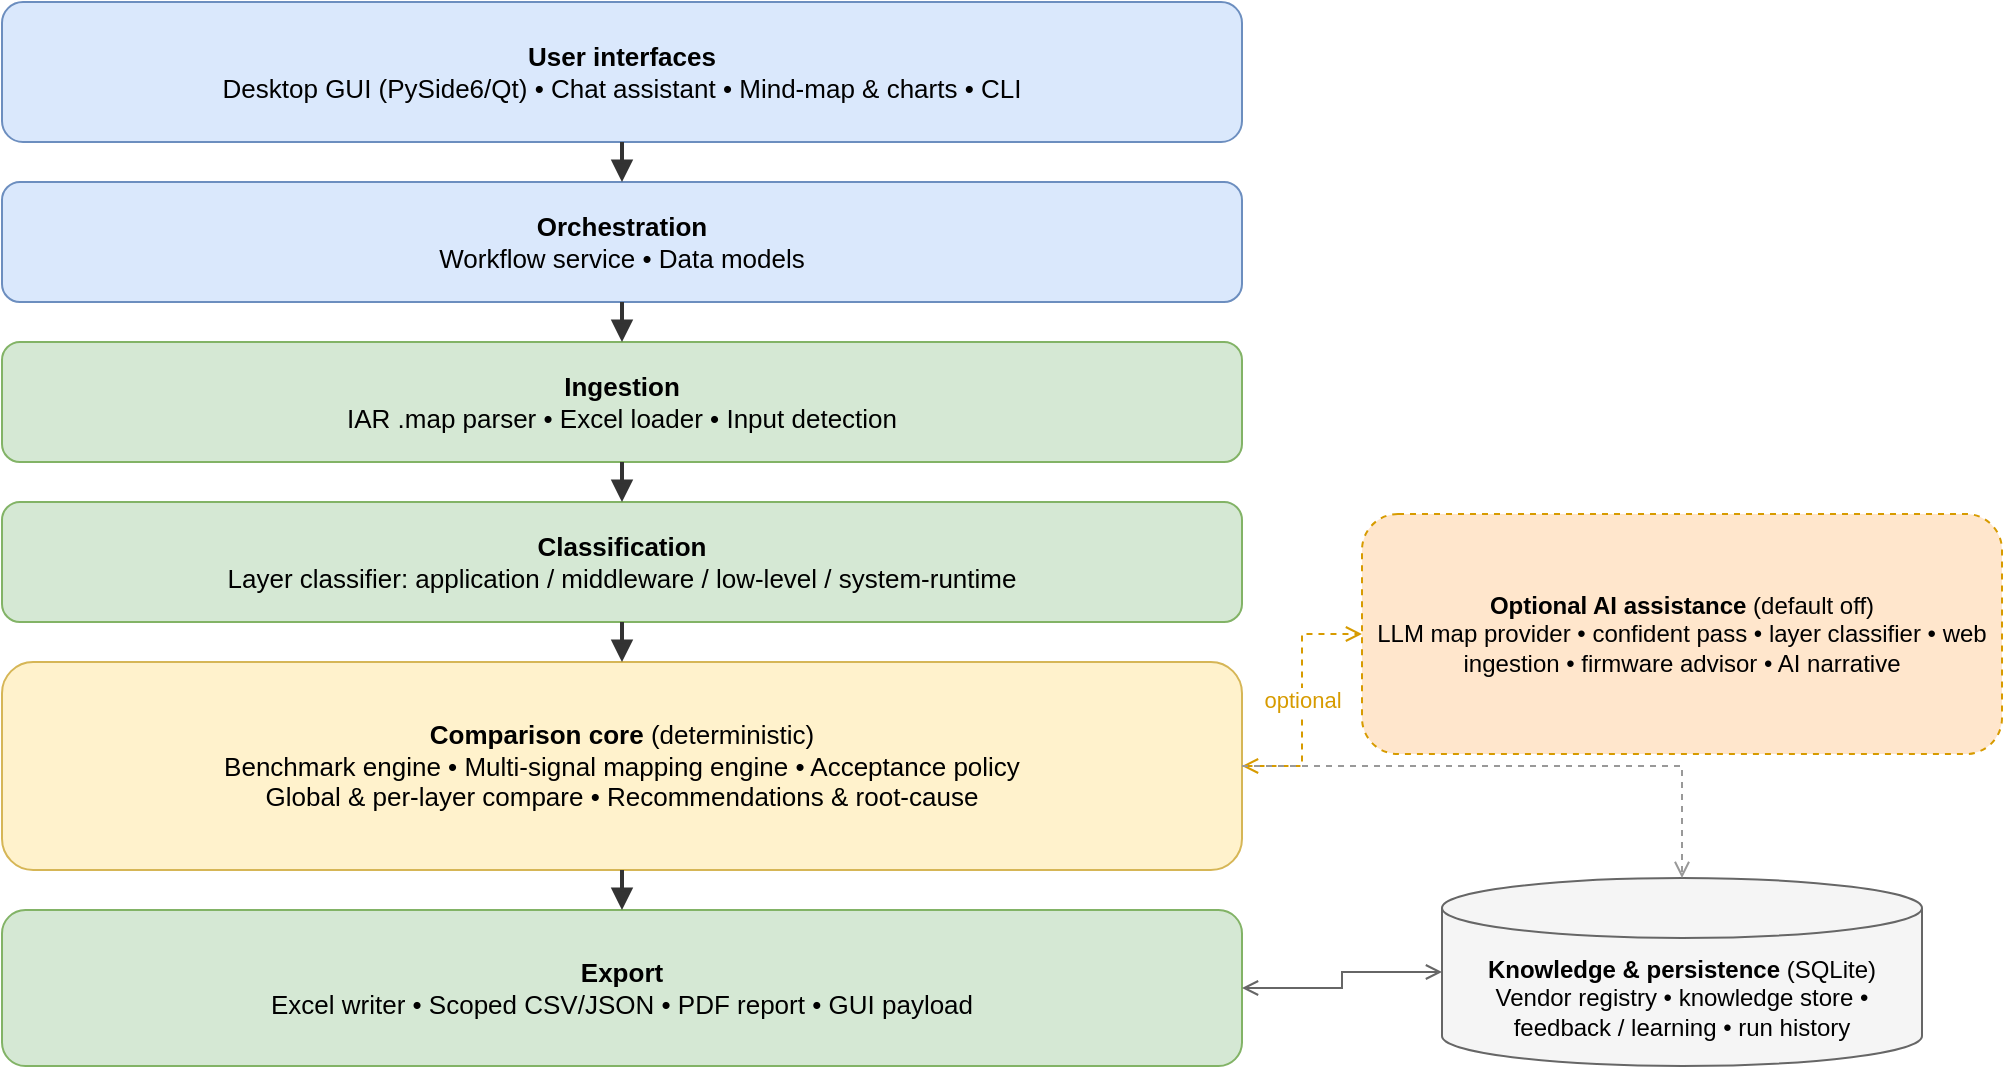
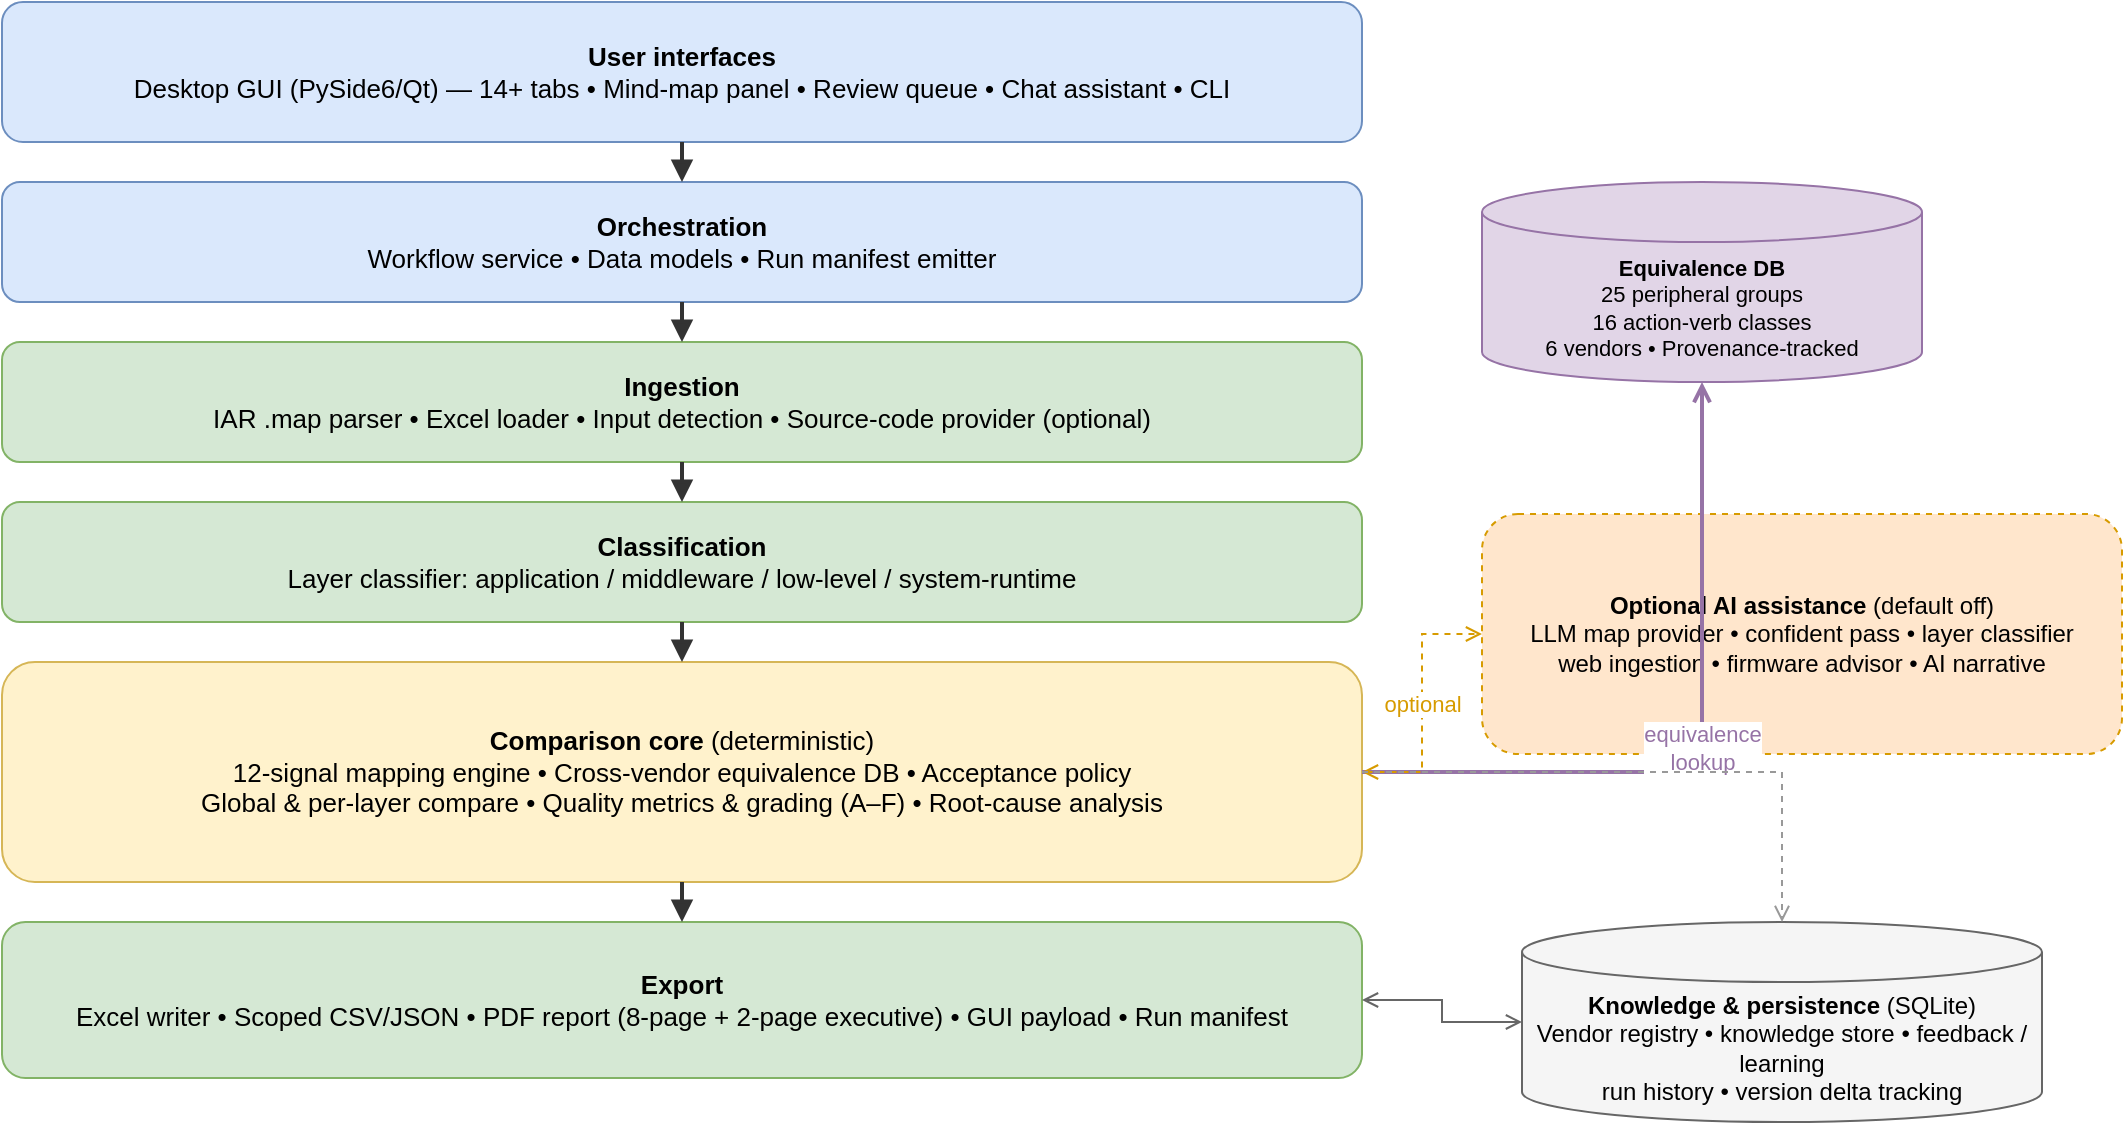
<mxfile host="app.diagrams.net" type="device">
  <diagram id="tool-arch" name="Architecture">
-     <mxGraphModel dx="1200" dy="800" grid="0" gridSize="10" guides="1" tooltips="1" connect="1" arrows="1" fold="1" page="1" pageScale="1" pageWidth="1240" pageHeight="620" math="0" shadow="0">
+     <mxGraphModel dx="1400" dy="900" grid="0" gridSize="10" guides="1" tooltips="1" connect="1" arrows="1" fold="1" page="1" pageScale="1" pageWidth="1450" pageHeight="740" math="0" shadow="0">
      <root>
        <mxCell id="0" />
        <mxCell id="1" parent="0" />
-         <mxCell id="ui" value="&lt;b&gt;User interfaces&lt;/b&gt;&lt;br&gt;Desktop GUI (PySide6/Qt) • Chat assistant • Mind-map &amp; charts • CLI" style="rounded=1;whiteSpace=wrap;html=1;fillColor=#dae8fc;strokeColor=#6c8ebf;fontSize=13;verticalAlign=middle;" vertex="1" parent="1"><mxGeometry x="180" y="40" width="620" height="70" as="geometry" /></mxCell>
-         <mxCell id="orch" value="&lt;b&gt;Orchestration&lt;/b&gt;&lt;br&gt;Workflow service • Data models" style="rounded=1;whiteSpace=wrap;html=1;fillColor=#dae8fc;strokeColor=#6c8ebf;fontSize=13;verticalAlign=middle;" vertex="1" parent="1"><mxGeometry x="180" y="130" width="620" height="60" as="geometry" /></mxCell>
-         <mxCell id="ing" value="&lt;b&gt;Ingestion&lt;/b&gt;&lt;br&gt;IAR .map parser • Excel loader • Input detection" style="rounded=1;whiteSpace=wrap;html=1;fillColor=#d5e8d4;strokeColor=#82b366;fontSize=13;verticalAlign=middle;" vertex="1" parent="1"><mxGeometry x="180" y="210" width="620" height="60" as="geometry" /></mxCell>
-         <mxCell id="cls" value="&lt;b&gt;Classification&lt;/b&gt;&lt;br&gt;Layer classifier: application / middleware / low-level / system-runtime" style="rounded=1;whiteSpace=wrap;html=1;fillColor=#d5e8d4;strokeColor=#82b366;fontSize=13;verticalAlign=middle;" vertex="1" parent="1"><mxGeometry x="180" y="290" width="620" height="60" as="geometry" /></mxCell>
-         <mxCell id="cmp" value="&lt;b&gt;Comparison core&lt;/b&gt; (deterministic)&lt;br&gt;Benchmark engine • Multi-signal mapping engine • Acceptance policy&lt;br&gt;Global &amp; per-layer compare • Recommendations &amp; root-cause" style="rounded=1;whiteSpace=wrap;html=1;fillColor=#fff2cc;strokeColor=#d6b656;fontSize=13;verticalAlign=middle;" vertex="1" parent="1"><mxGeometry x="180" y="370" width="620" height="104" as="geometry" /></mxCell>
-         <mxCell id="exp" value="&lt;b&gt;Export&lt;/b&gt;&lt;br&gt;Excel writer • Scoped CSV/JSON • PDF report • GUI payload" style="rounded=1;whiteSpace=wrap;html=1;fillColor=#d5e8d4;strokeColor=#82b366;fontSize=13;verticalAlign=middle;" vertex="1" parent="1"><mxGeometry x="180" y="494" width="620" height="78" as="geometry" /></mxCell>
-         <mxCell id="aibox" value="&lt;b&gt;Optional AI assistance&lt;/b&gt; (default off)&lt;br&gt;LLM map provider • confident pass • layer classifier • web ingestion • firmware advisor • AI narrative" style="rounded=1;whiteSpace=wrap;html=1;dashed=1;fillColor=#ffe6cc;strokeColor=#d79b00;fontSize=12;verticalAlign=middle;" vertex="1" parent="1"><mxGeometry x="860" y="296" width="320" height="120" as="geometry" /></mxCell>
-         <mxCell id="kb" value="&lt;b&gt;Knowledge &amp; persistence&lt;/b&gt; (SQLite)&lt;br&gt;Vendor registry • knowledge store • feedback / learning • run history" style="shape=cylinder3;whiteSpace=wrap;html=1;boundedLbl=1;backgroundOutline=1;fillColor=#f5f5f5;strokeColor=#666666;fontSize=12;verticalAlign=middle;" vertex="1" parent="1"><mxGeometry x="900" y="478" width="240" height="94" as="geometry" /></mxCell>
+         <mxCell id="ui" value="&lt;b&gt;User interfaces&lt;/b&gt;&lt;br&gt;Desktop GUI (PySide6/Qt) — 14+ tabs • Mind-map panel • Review queue • Chat assistant • CLI" style="rounded=1;whiteSpace=wrap;html=1;fillColor=#dae8fc;strokeColor=#6c8ebf;fontSize=13;verticalAlign=middle;" vertex="1" parent="1"><mxGeometry x="180" y="40" width="680" height="70" as="geometry" /></mxCell>
+         <mxCell id="orch" value="&lt;b&gt;Orchestration&lt;/b&gt;&lt;br&gt;Workflow service • Data models • Run manifest emitter" style="rounded=1;whiteSpace=wrap;html=1;fillColor=#dae8fc;strokeColor=#6c8ebf;fontSize=13;verticalAlign=middle;" vertex="1" parent="1"><mxGeometry x="180" y="130" width="680" height="60" as="geometry" /></mxCell>
+         <mxCell id="ing" value="&lt;b&gt;Ingestion&lt;/b&gt;&lt;br&gt;IAR .map parser • Excel loader • Input detection • Source-code provider (optional)" style="rounded=1;whiteSpace=wrap;html=1;fillColor=#d5e8d4;strokeColor=#82b366;fontSize=13;verticalAlign=middle;" vertex="1" parent="1"><mxGeometry x="180" y="210" width="680" height="60" as="geometry" /></mxCell>
+         <mxCell id="cls" value="&lt;b&gt;Classification&lt;/b&gt;&lt;br&gt;Layer classifier: application / middleware / low-level / system-runtime" style="rounded=1;whiteSpace=wrap;html=1;fillColor=#d5e8d4;strokeColor=#82b366;fontSize=13;verticalAlign=middle;" vertex="1" parent="1"><mxGeometry x="180" y="290" width="680" height="60" as="geometry" /></mxCell>
+         <mxCell id="cmp" value="&lt;b&gt;Comparison core&lt;/b&gt; (deterministic)&lt;br&gt;12-signal mapping engine • Cross-vendor equivalence DB • Acceptance policy&lt;br&gt;Global &amp; per-layer compare • Quality metrics &amp; grading (A–F) • Root-cause analysis" style="rounded=1;whiteSpace=wrap;html=1;fillColor=#fff2cc;strokeColor=#d6b656;fontSize=13;verticalAlign=middle;" vertex="1" parent="1"><mxGeometry x="180" y="370" width="680" height="110" as="geometry" /></mxCell>
+         <mxCell id="exp" value="&lt;b&gt;Export&lt;/b&gt;&lt;br&gt;Excel writer • Scoped CSV/JSON • PDF report (8-page + 2-page executive) • GUI payload • Run manifest" style="rounded=1;whiteSpace=wrap;html=1;fillColor=#d5e8d4;strokeColor=#82b366;fontSize=13;verticalAlign=middle;" vertex="1" parent="1"><mxGeometry x="180" y="500" width="680" height="78" as="geometry" /></mxCell>
+         <mxCell id="eqdb" value="&lt;b&gt;Equivalence DB&lt;/b&gt;&lt;br&gt;25 peripheral groups&lt;br&gt;16 action-verb classes&lt;br&gt;6 vendors • Provenance-tracked" style="shape=cylinder3;whiteSpace=wrap;html=1;boundedLbl=1;backgroundOutline=1;fillColor=#e1d5e7;strokeColor=#9673a6;fontSize=11;verticalAlign=middle;" vertex="1" parent="1"><mxGeometry x="920" y="130" width="220" height="100" as="geometry" /></mxCell>
+         <mxCell id="aibox" value="&lt;b&gt;Optional AI assistance&lt;/b&gt; (default off)&lt;br&gt;LLM map provider • confident pass • layer classifier&lt;br&gt;web ingestion • firmware advisor • AI narrative" style="rounded=1;whiteSpace=wrap;html=1;dashed=1;fillColor=#ffe6cc;strokeColor=#d79b00;fontSize=12;verticalAlign=middle;" vertex="1" parent="1"><mxGeometry x="920" y="296" width="320" height="120" as="geometry" /></mxCell>
+         <mxCell id="kb" value="&lt;b&gt;Knowledge &amp; persistence&lt;/b&gt; (SQLite)&lt;br&gt;Vendor registry • knowledge store • feedback / learning&lt;br&gt;run history • version delta tracking" style="shape=cylinder3;whiteSpace=wrap;html=1;boundedLbl=1;backgroundOutline=1;fillColor=#f5f5f5;strokeColor=#666666;fontSize=12;verticalAlign=middle;" vertex="1" parent="1"><mxGeometry x="940" y="500" width="260" height="100" as="geometry" /></mxCell>
        <mxCell id="ea1" style="edgeStyle=orthogonalEdgeStyle;rounded=0;html=1;endArrow=block;endFill=1;strokeWidth=2;strokeColor=#333333;" edge="1" parent="1" source="ui" target="orch"><mxGeometry relative="1" as="geometry" /></mxCell>
        <mxCell id="ea2" style="edgeStyle=orthogonalEdgeStyle;rounded=0;html=1;endArrow=block;endFill=1;strokeWidth=2;strokeColor=#333333;" edge="1" parent="1" source="orch" target="ing"><mxGeometry relative="1" as="geometry" /></mxCell>
        <mxCell id="ea3" style="edgeStyle=orthogonalEdgeStyle;rounded=0;html=1;endArrow=block;endFill=1;strokeWidth=2;strokeColor=#333333;" edge="1" parent="1" source="ing" target="cls"><mxGeometry relative="1" as="geometry" /></mxCell>
        <mxCell id="ea4" style="edgeStyle=orthogonalEdgeStyle;rounded=0;html=1;endArrow=block;endFill=1;strokeWidth=2;strokeColor=#333333;" edge="1" parent="1" source="cls" target="cmp"><mxGeometry relative="1" as="geometry" /></mxCell>
        <mxCell id="ea5" style="edgeStyle=orthogonalEdgeStyle;rounded=0;html=1;endArrow=block;endFill=1;strokeWidth=2;strokeColor=#333333;" edge="1" parent="1" source="cmp" target="exp"><mxGeometry relative="1" as="geometry" /></mxCell>
+         <mxCell id="eeq" value="equivalence&lt;br&gt;lookup" style="edgeStyle=orthogonalEdgeStyle;rounded=0;html=1;endArrow=open;startArrow=none;strokeColor=#9673a6;fontSize=11;fontColor=#9673a6;strokeWidth=2;" edge="1" parent="1" source="cmp" target="eqdb"><mxGeometry relative="1" as="geometry" /></mxCell>
        <mxCell id="eai" value="optional" style="edgeStyle=orthogonalEdgeStyle;rounded=0;html=1;endArrow=open;startArrow=open;dashed=1;strokeColor=#d79b00;fontSize=11;fontColor=#d79b00;" edge="1" parent="1" source="cmp" target="aibox"><mxGeometry relative="1" as="geometry" /></mxCell>
        <mxCell id="ekb" style="edgeStyle=orthogonalEdgeStyle;rounded=0;html=1;endArrow=open;startArrow=open;strokeColor=#666666;" edge="1" parent="1" source="exp" target="kb"><mxGeometry relative="1" as="geometry" /></mxCell>
        <mxCell id="ekb2" style="edgeStyle=orthogonalEdgeStyle;rounded=0;html=1;endArrow=open;dashed=1;strokeColor=#999999;" edge="1" parent="1" source="cmp" target="kb"><mxGeometry relative="1" as="geometry" /></mxCell>
      </root>
    </mxGraphModel>
  </diagram>
</mxfile>
